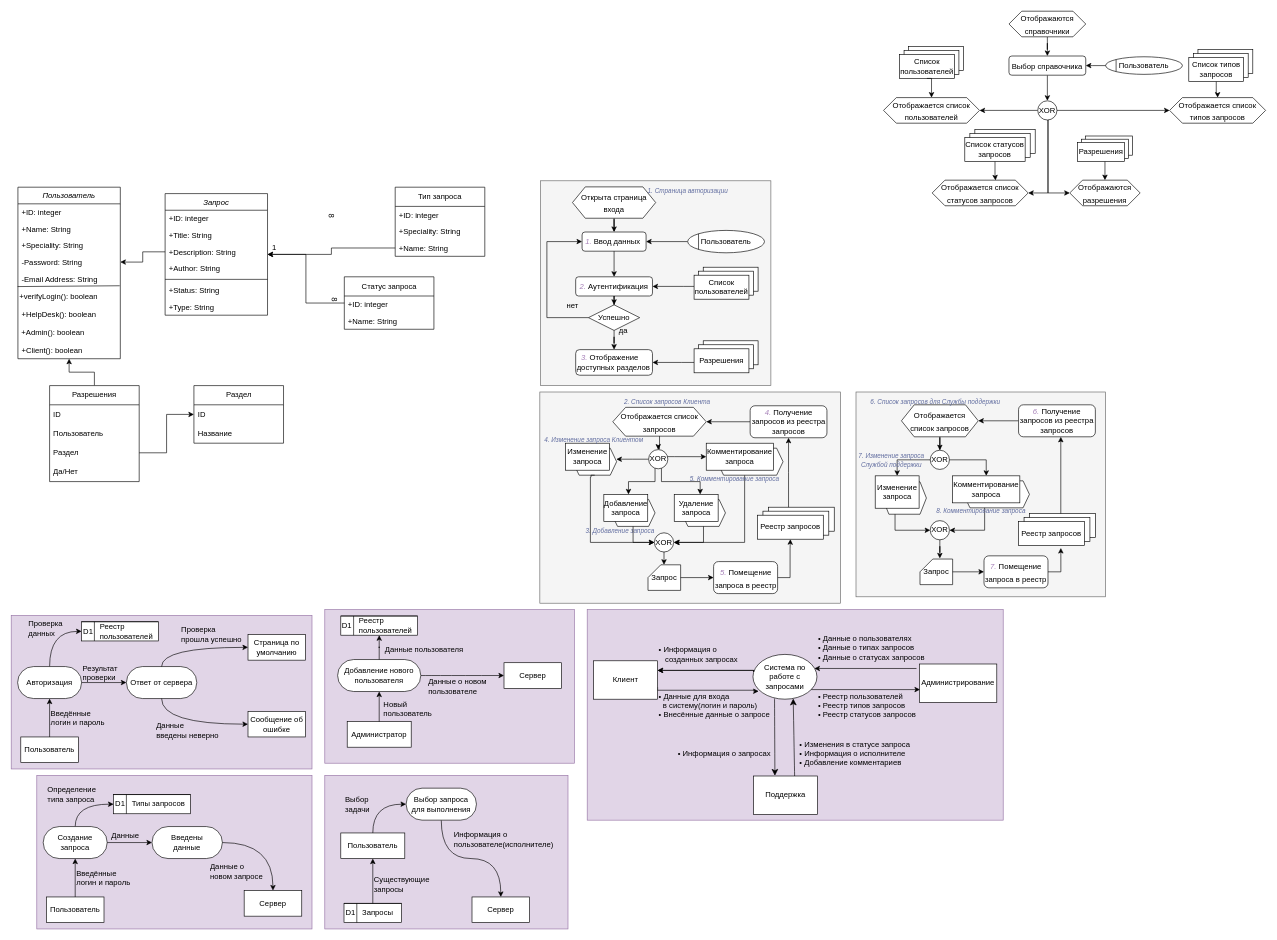
The draw.io diagram Диаграмма без названия.drawio in Fuamau/BlogProvider, before the edit. Source tidied: cells renumbered, new cells numbered last; positions are measured from the earlier drawing's top-left corner, leaving out a move shared by most shapes. Both pictures are drawn from the tidied source at 64%, with x=0, y=0 at pixel (11, 11).
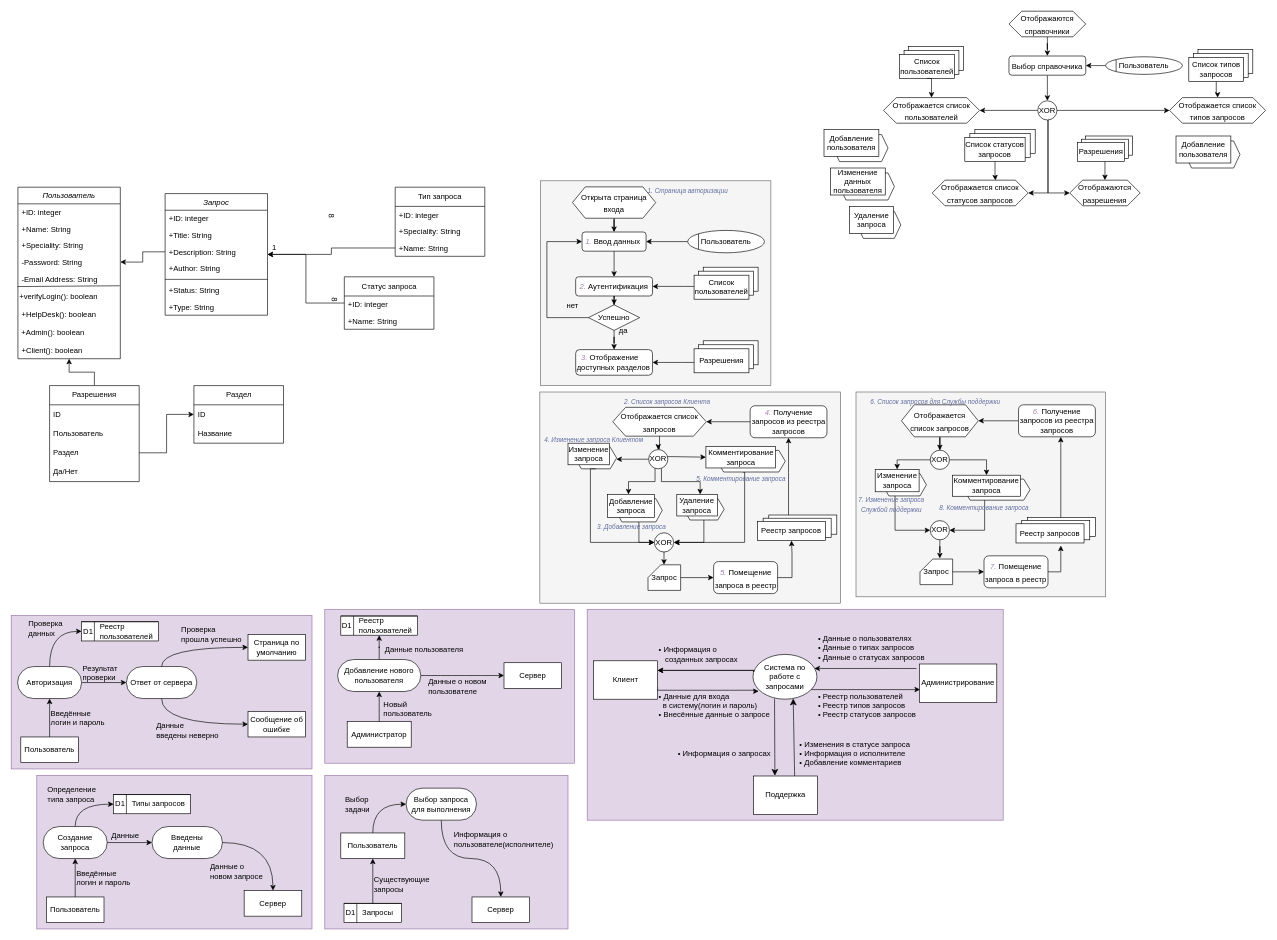
Above is the later version.

Unchanged cells that the change refers to:
```xml
<mxCell id="152" style="group;" parent="1" vertex="1">
  <mxGeometry x="820" y="595" width="476" height="330" as="geometry" />
</mxCell>
<mxCell id="164" value="XOR" style="ellipse;whiteSpace=wrap;html=1;" parent="152" vertex="1">
  <mxGeometry x="176" y="90" width="30" height="30" as="geometry" />
</mxCell>
<mxCell id="167" value="XOR" style="ellipse;whiteSpace=wrap;html=1;" parent="152" vertex="1">
  <mxGeometry x="185" y="220" width="30" height="30" as="geometry" />
</mxCell>
<mxCell id="172" value="&lt;font style=&quot;font-size: 12px;&quot;&gt;&lt;font color=&quot;#a680b8&quot;&gt;&lt;i&gt;5.&lt;/i&gt;&lt;/font&gt; Помещение запроса в реестр&lt;/font&gt;" style="rounded=1;whiteSpace=wrap;html=1;fontSize=16;" parent="152" vertex="1">
  <mxGeometry x="277.5" y="265" width="100" height="50" as="geometry" />
</mxCell>
<mxCell id="194" style="group;" parent="1" vertex="1">
  <mxGeometry x="1310" y="595" width="400" height="320" as="geometry" />
</mxCell>
<mxCell id="197" value="XOR" style="ellipse;whiteSpace=wrap;html=1;" parent="194" vertex="1">
  <mxGeometry x="126" y="91" width="30" height="30" as="geometry" />
</mxCell>
<mxCell id="212" value="&lt;font style=&quot;font-size: 12px;&quot;&gt;&lt;font color=&quot;#a680b8&quot;&gt;&lt;i&gt;7.&lt;/i&gt;&lt;/font&gt; Помещение запроса в реестр&lt;/font&gt;" style="rounded=1;whiteSpace=wrap;html=1;fontSize=16;" parent="194" vertex="1">
  <mxGeometry x="210" y="256" width="100" height="50" as="geometry" />
</mxCell>
```

The edit, as a diff of the source:
```diff
@@
-    <mxCell id="157" style="group;" parent="152" vertex="1">
-      <mxGeometry x="346" y="180" width="120" height="50" as="geometry" />
-    </mxCell>
-    <mxCell id="158" style="rounded=0;whiteSpace=wrap;html=1;" parent="157" vertex="1">
-      <mxGeometry x="17.1" width="102.9" height="37.5" as="geometry" />
-    </mxCell>
-    <mxCell id="159" style="rounded=0;whiteSpace=wrap;html=1;" parent="157" vertex="1">
-      <mxGeometry x="8.6" y="6.2" width="102.9" height="37.5" as="geometry" />
-    </mxCell>
-    <mxCell id="160" value="Реестр запросов" style="rounded=0;whiteSpace=wrap;html=1;" parent="157" vertex="1">
-      <mxGeometry y="12.5" width="102.9" height="37.5" as="geometry" />
-    </mxCell>
@@
-    <mxCell id="166" style="edgeStyle=orthogonalEdgeStyle;rounded=0;jettySize=auto;html=1;entryX=1;entryY=0.5;entryDx=0;entryDy=0;" parent="152" edge="1" target="167">
+    <mxCell id="166" style="edgeStyle=orthogonalEdgeStyle;rounded=0;jettySize=auto;html=1;entryX=1;entryY=0.5;entryDx=0;entryDy=0;exitX=0.375;exitY=1;exitDx=0;exitDy=0;" parent="152" edge="1" source="188" target="167">
       <mxGeometry relative="1" as="geometry">
-        <mxPoint x="326" y="130" as="sourcePoint" />
         <Array as="points">
+          <mxPoint x="326" y="125" />
           <mxPoint x="326" y="235" />
         </Array>
       </mxGeometry>
     </mxCell>
@@
     <mxCell id="171" style="edgeStyle=orthogonalEdgeStyle;rounded=0;jettySize=auto;html=1;entryX=0.5;entryY=1;entryDx=0;entryDy=0;" parent="152" edge="1" source="172" target="160">
       <mxGeometry relative="1" as="geometry">
         <Array as="points">
-          <mxPoint x="397" y="290" />
-          <mxPoint x="397" y="245" />
+          <mxPoint x="400" y="290" />
+          <mxPoint x="400" y="252" />
+          <mxPoint x="399" y="252" />
         </Array>
       </mxGeometry>
     </mxCell>
@@
     <mxCell id="174" style="group;" parent="152" vertex="1">
-      <mxGeometry x="46" y="80" width="80" height="50" as="geometry" />
+      <mxGeometry x="50" y="80" width="76" height="40" as="geometry" />
     </mxCell>
     <mxCell id="175" style="shape=hexagon;perimeter=hexagonPerimeter2;whiteSpace=wrap;html=1;fixedSize=1;fontSize=16;size=10;" parent="174" vertex="1">
-      <mxGeometry x="11.4" y="7.8" width="68.6" height="42.2" as="geometry" />
+      <mxGeometry x="10.9" y="6.3" width="65.1" height="33.7" as="geometry" />
     </mxCell>
     <mxCell id="176" value="Изменение запроса" style="whiteSpace=wrap;html=1;" parent="174" vertex="1">
-      <mxGeometry width="68.6" height="42.2" as="geometry" />
+      <mxGeometry width="65.1" height="33.7" as="geometry" />
     </mxCell>
     <mxCell id="177" style="edgeStyle=orthogonalEdgeStyle;rounded=0;jettySize=auto;html=1;entryX=0;entryY=0.5;entryDx=0;entryDy=0;exitX=0.5;exitY=1;exitDx=0;exitDy=0;" parent="152" edge="1" source="175" target="167">
       <mxGeometry relative="1" as="geometry">
         <Array as="points">
-          <mxPoint x="86" y="130" />
-          <mxPoint x="86" y="133" />
-          <mxPoint x="85" y="133" />
+          <mxPoint x="85" y="120" />
           <mxPoint x="85" y="235" />
         </Array>
       </mxGeometry>
     </mxCell>
+    <mxCell id="182" style="edgeStyle=orthogonalEdgeStyle;rounded=0;jettySize=auto;html=1;exitX=0.5;exitY=1;exitDx=0;exitDy=0;entryX=0;entryY=0.5;entryDx=0;entryDy=0;" parent="152" edge="1" source="179" target="167">
+      <mxGeometry relative="1" as="geometry" />
+    </mxCell>
+    <mxCell id="186" style="edgeStyle=orthogonalEdgeStyle;rounded=0;jettySize=auto;html=1;exitX=0.5;exitY=1;exitDx=0;exitDy=0;" parent="152" edge="1" source="184">
+      <mxGeometry relative="1" as="geometry">
+        <mxPoint x="216" y="235" as="targetPoint" />
+        <Array as="points">
+          <mxPoint x="262" y="235" />
+        </Array>
+      </mxGeometry>
+    </mxCell>
+    <mxCell id="190" value="&lt;font color=&quot;#606c9f&quot; style=&quot;font-size: 10px;&quot;&gt;&lt;i&gt;2. Список запросов Клиента&amp;nbsp;&lt;/i&gt;&lt;/font&gt;" style="text;html=1;align=center;verticalAlign=middle;strokeColor=none;fillColor=none;" parent="152" vertex="1">
+      <mxGeometry x="126" width="160" height="30" as="geometry" />
+    </mxCell>
+    <mxCell id="191" value="&lt;font color=&quot;#606c9f&quot; style=&quot;font-size: 10px;&quot;&gt;&lt;i&gt;4. Изменение запроса Клиентом&lt;/i&gt;&lt;/font&gt;" style="text;html=1;align=center;verticalAlign=middle;strokeColor=none;fillColor=none;" parent="152" vertex="1">
+      <mxGeometry y="60" width="180" height="30" as="geometry" />
+    </mxCell>
+    <mxCell id="192" value="&lt;font color=&quot;#606c9f&quot; style=&quot;font-size: 10px;&quot;&gt;&lt;i&gt;5. Комментирование запроса&lt;/i&gt;&lt;/font&gt;" style="text;html=1;align=center;verticalAlign=middle;strokeColor=none;fillColor=none;" parent="152" vertex="1">
+      <mxGeometry x="240" y="120" width="160" height="30" as="geometry" />
+    </mxCell>
+    <mxCell id="193" style="edgeStyle=orthogonalEdgeStyle;rounded=0;jettySize=auto;html=1;entryX=0;entryY=0.5;entryDx=0;entryDy=0;" parent="152" edge="1" source="164" target="189">
+      <mxGeometry relative="1" as="geometry">
+        <Array as="points">
+          <mxPoint x="216" y="101" />
+          <mxPoint x="216" y="101" />
+        </Array>
+      </mxGeometry>
+    </mxCell>
+    <mxCell id="157" style="group;" parent="152" vertex="1">
+      <mxGeometry x="346" y="192.2" width="124" height="40" as="geometry" />
+    </mxCell>
+    <mxCell id="158" style="rounded=0;whiteSpace=wrap;html=1;" parent="157" vertex="1">
+      <mxGeometry x="17.7" width="106.3" height="30" as="geometry" />
+    </mxCell>
+    <mxCell id="159" style="rounded=0;whiteSpace=wrap;html=1;" parent="157" vertex="1">
+      <mxGeometry x="8.9" y="5" width="106.3" height="30" as="geometry" />
+    </mxCell>
+    <mxCell id="160" value="Реестр запросов" style="rounded=0;whiteSpace=wrap;html=1;" parent="157" vertex="1">
+      <mxGeometry y="10" width="106.3" height="30" as="geometry" />
+    </mxCell>
+    <mxCell id="187" style="group;" parent="152" vertex="1">
+      <mxGeometry x="265.5" y="85" width="124" height="40" as="geometry" />
+    </mxCell>
+    <mxCell id="188" style="shape=hexagon;perimeter=hexagonPerimeter2;whiteSpace=wrap;html=1;fixedSize=1;fontSize=16;size=10;" parent="187" vertex="1">
+      <mxGeometry x="17.7" y="6.3" width="106.3" height="33.7" as="geometry" />
+    </mxCell>
+    <mxCell id="189" value="Комментирование запроса" style="whiteSpace=wrap;html=1;" parent="187" vertex="1">
+      <mxGeometry width="108.5" height="33.7" as="geometry" />
+    </mxCell>
     <mxCell id="178" style="group;" parent="152" vertex="1">
-      <mxGeometry x="106" y="160" width="120" height="72.2" as="geometry" />
+      <mxGeometry x="112" y="160" width="128" height="62.2" as="geometry" />
     </mxCell>
     <mxCell id="179" style="shape=hexagon;perimeter=hexagonPerimeter2;whiteSpace=wrap;html=1;fixedSize=1;fontSize=16;size=10;" parent="178" vertex="1">
-      <mxGeometry x="11.4" y="7.8" width="68.6" height="42.2" as="geometry" />
+      <mxGeometry x="12.2" y="6.7" width="73.1" height="36.3" as="geometry" />
     </mxCell>
     <mxCell id="180" value="Добавление запроса" style="whiteSpace=wrap;html=1;" parent="178" vertex="1">
-      <mxGeometry width="68.6" height="42.2" as="geometry" />
+      <mxGeometry width="73.1" height="36.3" as="geometry" />
     </mxCell>
     <mxCell id="181" value="&lt;font color=&quot;#606c9f&quot; style=&quot;font-size: 10px;&quot;&gt;&lt;i&gt;3. Добавление запроса&lt;/i&gt;&lt;/font&gt;" style="text;html=1;align=center;verticalAlign=middle;strokeColor=none;fillColor=none;" parent="178" vertex="1">
-      <mxGeometry x="-40" y="42.2" width="130" height="30" as="geometry" />
+      <mxGeometry x="-28.4" y="36.3" width="130" height="30" as="geometry" />
     </mxCell>
-    <mxCell id="182" style="edgeStyle=orthogonalEdgeStyle;rounded=0;jettySize=auto;html=1;exitX=0.5;exitY=1;exitDx=0;exitDy=0;entryX=0;entryY=0.5;entryDx=0;entryDy=0;" parent="152" edge="1" source="179" target="167">
-      <mxGeometry relative="1" as="geometry" />
-    </mxCell>
     <mxCell id="183" style="group;" parent="152" vertex="1">
-      <mxGeometry x="216" y="160" width="80" height="50" as="geometry" />
+      <mxGeometry x="220" y="160" width="74" height="40" as="geometry" />
     </mxCell>
     <mxCell id="184" style="shape=hexagon;perimeter=hexagonPerimeter2;whiteSpace=wrap;html=1;fixedSize=1;fontSize=16;size=10;" parent="183" vertex="1">
-      <mxGeometry x="11.4" y="7.8" width="68.6" height="42.2" as="geometry" />
+      <mxGeometry x="10.6" y="6.3" width="63.4" height="33.7" as="geometry" />
     </mxCell>
     <mxCell id="185" value="Удаление запроса" style="whiteSpace=wrap;html=1;" parent="183" vertex="1">
-      <mxGeometry width="68.6" height="42.2" as="geometry" />
+      <mxGeometry width="63.4" height="33.7" as="geometry" />
     </mxCell>
-    <mxCell id="186" style="edgeStyle=orthogonalEdgeStyle;rounded=0;jettySize=auto;html=1;exitX=0.5;exitY=1;exitDx=0;exitDy=0;" parent="152" edge="1" source="184">
-      <mxGeometry relative="1" as="geometry">
-        <mxPoint x="216" y="235" as="targetPoint" />
-        <Array as="points">
-          <mxPoint x="262" y="235" />
-        </Array>
-      </mxGeometry>
-    </mxCell>
-    <mxCell id="187" style="group;" parent="152" vertex="1">
-      <mxGeometry x="266" y="80" width="120" height="50" as="geometry" />
-    </mxCell>
-    <mxCell id="188" style="shape=hexagon;perimeter=hexagonPerimeter2;whiteSpace=wrap;html=1;fixedSize=1;fontSize=16;size=10;" parent="187" vertex="1">
-      <mxGeometry x="17.1" y="7.8" width="102.9" height="42.2" as="geometry" />
-    </mxCell>
-    <mxCell id="189" value="Комментирование запроса" style="whiteSpace=wrap;html=1;" parent="187" vertex="1">
-      <mxGeometry width="105" height="42.2" as="geometry" />
-    </mxCell>
-    <mxCell id="190" value="&lt;font color=&quot;#606c9f&quot; style=&quot;font-size: 10px;&quot;&gt;&lt;i&gt;2. Список запросов Клиента&amp;nbsp;&lt;/i&gt;&lt;/font&gt;" style="text;html=1;align=center;verticalAlign=middle;strokeColor=none;fillColor=none;" parent="152" vertex="1">
-      <mxGeometry x="126" width="160" height="30" as="geometry" />
-    </mxCell>
-    <mxCell id="191" value="&lt;font color=&quot;#606c9f&quot; style=&quot;font-size: 10px;&quot;&gt;&lt;i&gt;4. Изменение запроса Клиентом&lt;/i&gt;&lt;/font&gt;" style="text;html=1;align=center;verticalAlign=middle;strokeColor=none;fillColor=none;" parent="152" vertex="1">
-      <mxGeometry y="60" width="180" height="30" as="geometry" />
-    </mxCell>
-    <mxCell id="192" value="&lt;font color=&quot;#606c9f&quot; style=&quot;font-size: 10px;&quot;&gt;&lt;i&gt;5. Комментирование запроса&lt;/i&gt;&lt;/font&gt;" style="text;html=1;align=center;verticalAlign=middle;strokeColor=none;fillColor=none;" parent="152" vertex="1">
-      <mxGeometry x="230" y="120" width="160" height="30" as="geometry" />
-    </mxCell>
-    <mxCell id="193" style="edgeStyle=orthogonalEdgeStyle;rounded=0;jettySize=auto;html=1;entryX=0;entryY=0.5;entryDx=0;entryDy=0;" parent="152" edge="1" source="164" target="189">
-      <mxGeometry relative="1" as="geometry">
-        <Array as="points">
-          <mxPoint x="216" y="101" />
-          <mxPoint x="216" y="101" />
-        </Array>
-      </mxGeometry>
-    </mxCell>
@@
     <mxCell id="199" style="group;" parent="194" vertex="1">
-      <mxGeometry x="40" y="131" width="180" height="85.6" as="geometry" />
+      <mxGeometry x="40" y="121" width="180" height="74.9" as="geometry" />
     </mxCell>
     <mxCell id="200" style="shape=hexagon;perimeter=hexagonPerimeter2;whiteSpace=wrap;html=1;fixedSize=1;fontSize=16;size=10;" parent="199" vertex="1">
-      <mxGeometry x="11.4" y="9.4" width="68.6" height="50.6" as="geometry" />
+      <mxGeometry x="11.4" y="6.5" width="68.6" height="34.9" as="geometry" />
     </mxCell>
     <mxCell id="201" value="Изменение запроса" style="whiteSpace=wrap;html=1;" parent="199" vertex="1">
-      <mxGeometry width="68.6" height="50.6" as="geometry" />
+      <mxGeometry width="68.6" height="34.9" as="geometry" />
     </mxCell>
     <mxCell id="202" style="edgeStyle=orthogonalEdgeStyle;rounded=0;jettySize=auto;html=1;entryX=0.5;entryY=0;entryDx=0;entryDy=0;" parent="194" edge="1" source="197" target="201">
-      <mxGeometry relative="1" as="geometry" />
+      <mxGeometry relative="1" as="geometry">
+        <Array as="points">
+          <mxPoint x="74" y="106" />
+        </Array>
+      </mxGeometry>
     </mxCell>
     <mxCell id="203" style="group;" parent="194" vertex="1">
-      <mxGeometry x="161" y="131" width="120" height="50" as="geometry" />
+      <mxGeometry x="161" y="130" width="121" height="39" as="geometry" />
     </mxCell>
     <mxCell id="204" style="shape=hexagon;perimeter=hexagonPerimeter2;whiteSpace=wrap;html=1;fixedSize=1;fontSize=16;size=10;" parent="203" vertex="1">
-      <mxGeometry x="17.1" y="7.8" width="102.9" height="42.2" as="geometry" />
+      <mxGeometry x="17.3" y="6.1" width="103.7" height="32.9" as="geometry" />
     </mxCell>
     <mxCell id="205" value="Комментирование запроса" style="whiteSpace=wrap;html=1;" parent="203" vertex="1">
-      <mxGeometry width="105" height="42.2" as="geometry" />
+      <mxGeometry width="105.9" height="32.9" as="geometry" />
     </mxCell>
     <mxCell id="206" style="edgeStyle=orthogonalEdgeStyle;rounded=0;jettySize=auto;html=1;entryX=0.5;entryY=0;entryDx=0;entryDy=0;" parent="194" edge="1" source="197" target="205">
-      <mxGeometry relative="1" as="geometry" />
+      <mxGeometry relative="1" as="geometry">
+        <Array as="points">
+          <mxPoint x="214" y="106" />
+        </Array>
+      </mxGeometry>
     </mxCell>
@@
     <mxCell id="214" style="group;" parent="194" vertex="1">
-      <mxGeometry x="264" y="190" width="120" height="50" as="geometry" />
+      <mxGeometry x="260" y="195.9" width="124" height="40" as="geometry" />
     </mxCell>
     <mxCell id="215" style="rounded=0;whiteSpace=wrap;html=1;" parent="214" vertex="1">
-      <mxGeometry x="17.1" width="102.9" height="37.5" as="geometry" />
+      <mxGeometry x="17.7" width="106.3" height="30" as="geometry" />
     </mxCell>
     <mxCell id="216" style="rounded=0;whiteSpace=wrap;html=1;" parent="214" vertex="1">
-      <mxGeometry x="8.6" y="6.2" width="102.9" height="37.5" as="geometry" />
+      <mxGeometry x="8.9" y="5" width="106.3" height="30" as="geometry" />
     </mxCell>
     <mxCell id="217" value="Реестр запросов" style="rounded=0;whiteSpace=wrap;html=1;" parent="214" vertex="1">
-      <mxGeometry y="12.5" width="102.9" height="37.5" as="geometry" />
+      <mxGeometry y="10" width="106.3" height="30" as="geometry" />
     </mxCell>
-    <mxCell id="218" style="edgeStyle=orthogonalEdgeStyle;rounded=0;jettySize=auto;html=1;entryX=0.642;entryY=1.098;entryDx=0;entryDy=0;entryPerimeter=0;" parent="194" edge="1" source="212" target="217">
+    <mxCell id="218" style="edgeStyle=orthogonalEdgeStyle;rounded=0;jettySize=auto;html=1;" parent="194" edge="1" source="212">
       <mxGeometry relative="1" as="geometry">
+        <mxPoint x="330" y="240" as="targetPoint" />
         <Array as="points">
           <mxPoint x="330" y="281" />
         </Array>
       </mxGeometry>
     </mxCell>
@@
+    <mxCell id="224" value="&lt;font color=&quot;#606c9f&quot; style=&quot;font-size: 10px;&quot;&gt;&lt;i&gt;8. Комментирование запроса&lt;/i&gt;&lt;/font&gt;" style="text;html=1;align=center;verticalAlign=middle;strokeColor=none;fillColor=none;" parent="194" vertex="1">
+      <mxGeometry x="130" y="165.9" width="160" height="30" as="geometry" />
+    </mxCell>
     <mxCell id="223" value="&lt;font color=&quot;#606c9f&quot; style=&quot;font-size: 10px;&quot;&gt;&lt;i&gt;7. Изменение запроса &lt;br&gt;Службой поддержки&lt;/i&gt;&lt;/font&gt;" style="text;html=1;align=center;verticalAlign=middle;strokeColor=none;fillColor=none;" parent="194" vertex="1">
-      <mxGeometry y="86" width="130" height="40" as="geometry" />
+      <mxGeometry y="155.9" width="130" height="40" as="geometry" />
     </mxCell>
-    <mxCell id="224" value="&lt;font color=&quot;#606c9f&quot; style=&quot;font-size: 10px;&quot;&gt;&lt;i&gt;8. Комментирование запроса&lt;/i&gt;&lt;/font&gt;" style="text;html=1;align=center;verticalAlign=middle;strokeColor=none;fillColor=none;" parent="194" vertex="1">
-      <mxGeometry x="125" y="171" width="160" height="30" as="geometry" />
-    </mxCell>
@@
+    <mxCell id="262" style="group;" parent="1" vertex="1">
+      <mxGeometry x="1270" y="185" width="100" height="50" as="geometry" />
+    </mxCell>
+    <mxCell id="263" style="shape=hexagon;perimeter=hexagonPerimeter2;whiteSpace=wrap;html=1;fixedSize=1;fontSize=16;size=10;" parent="262" vertex="1">
+      <mxGeometry x="14.3" y="7.8" width="85.7" height="42.2" as="geometry" />
+    </mxCell>
+    <mxCell id="264" value="Добавление пользователя" style="whiteSpace=wrap;html=1;" parent="262" vertex="1">
+      <mxGeometry width="85.7" height="42.2" as="geometry" />
+    </mxCell>
+    <mxCell id="265" style="group;" parent="1" vertex="1">
+      <mxGeometry x="1280" y="245" width="100" height="50" as="geometry" />
+    </mxCell>
+    <mxCell id="266" style="shape=hexagon;perimeter=hexagonPerimeter2;whiteSpace=wrap;html=1;fixedSize=1;fontSize=16;size=10;" parent="265" vertex="1">
+      <mxGeometry x="14.3" y="7.8" width="85.7" height="42.2" as="geometry" />
+    </mxCell>
+    <mxCell id="267" value="Изменение данных пользователя" style="whiteSpace=wrap;html=1;" parent="265" vertex="1">
+      <mxGeometry width="85.7" height="42.2" as="geometry" />
+    </mxCell>
+    <mxCell id="268" style="group;" parent="1" vertex="1">
+      <mxGeometry x="1310" y="305" width="80" height="50" as="geometry" />
+    </mxCell>
+    <mxCell id="269" style="shape=hexagon;perimeter=hexagonPerimeter2;whiteSpace=wrap;html=1;fixedSize=1;fontSize=16;size=10;" parent="268" vertex="1">
+      <mxGeometry x="11.4" y="7.8" width="68.6" height="42.2" as="geometry" />
+    </mxCell>
+    <mxCell id="270" value="Удаление запроса" style="whiteSpace=wrap;html=1;" parent="268" vertex="1">
+      <mxGeometry width="68.6" height="42.2" as="geometry" />
+    </mxCell>
+    <mxCell id="271" style="group;" parent="1" vertex="1">
+      <mxGeometry x="1820" y="195" width="100" height="50" as="geometry" />
+    </mxCell>
+    <mxCell id="272" style="shape=hexagon;perimeter=hexagonPerimeter2;whiteSpace=wrap;html=1;fixedSize=1;fontSize=16;size=10;" parent="271" vertex="1">
+      <mxGeometry x="14.3" y="7.8" width="85.7" height="42.2" as="geometry" />
+    </mxCell>
+    <mxCell id="273" value="Добавление пользователя" style="whiteSpace=wrap;html=1;" parent="271" vertex="1">
+      <mxGeometry width="85.7" height="42.2" as="geometry" />
+    </mxCell>
```
